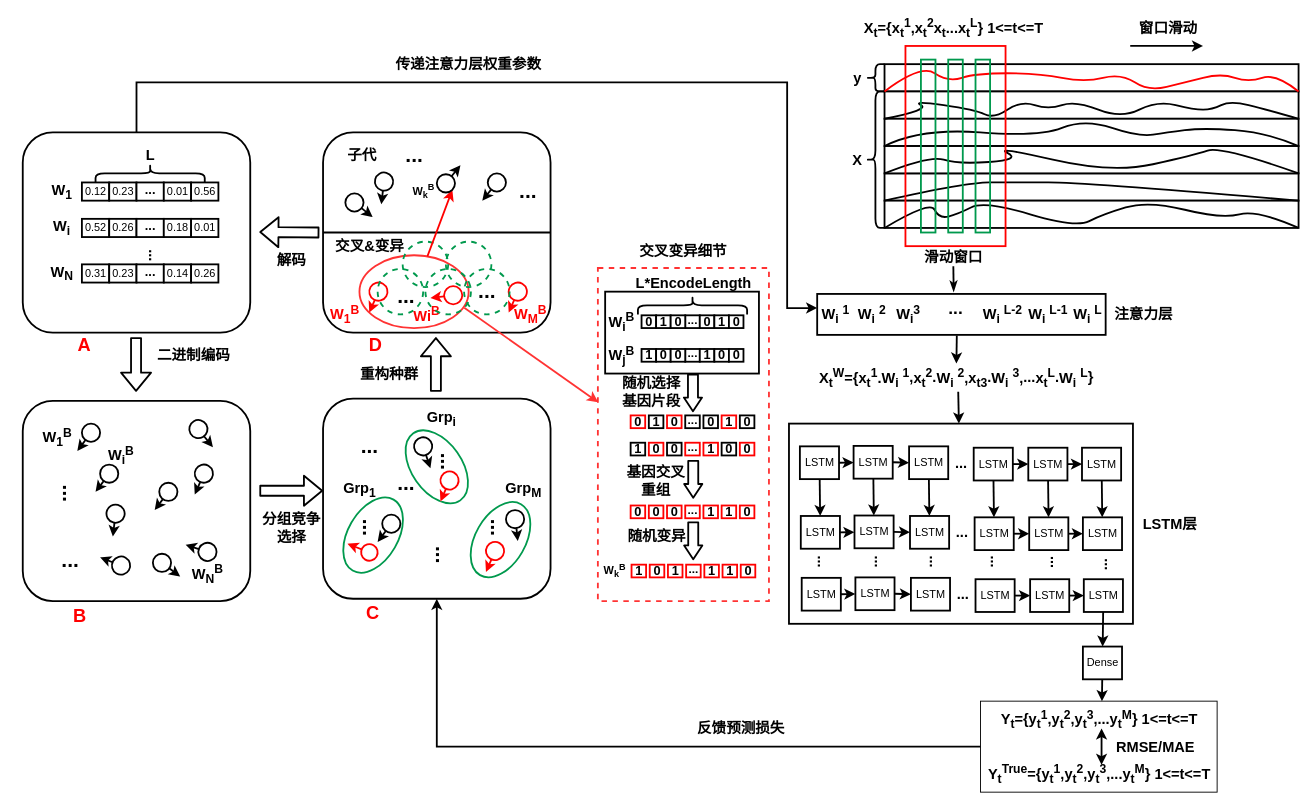
This is EA-LSTM流程图.drawio from Pcyslist/MY_EA-LSTM, a draw.io file, before an edit. Source tidied: cells renumbered, new cells numbered last; positions are measured from the earlier drawing's top-left corner, leaving out a move shared by most shapes. Both pictures are drawn from the tidied source at 91%, with x=0, y=0 at pixel (23, 18).
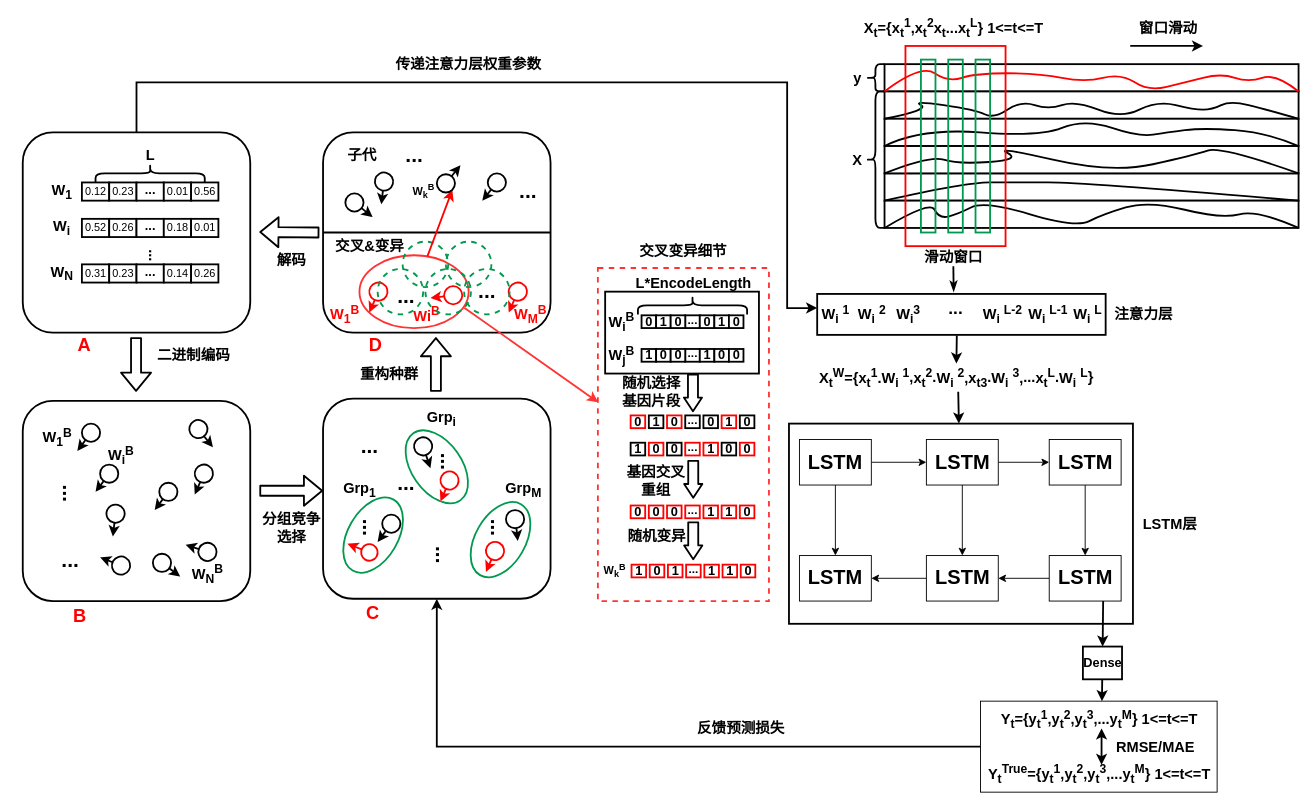
After the change.

The edit, as a diff of the source:
```diff
@@
-    <mxCell id="241" style="edgeStyle=none;rounded=0;jettySize=auto;html=1;exitX=1;exitY=0.5;exitDx=0;exitDy=0;endArrow=classic;endFill=1;strokeColor=#000000;strokeWidth=2;fillColor=#FFFFFF;" parent="1" edge="1" source="243" target="246">
-      <mxGeometry relative="1" as="geometry" />
-    </mxCell>
-    <mxCell id="242" style="edgeStyle=none;rounded=0;jettySize=auto;html=1;endArrow=classic;endFill=1;strokeColor=#000000;strokeWidth=2;fillColor=#FFFFFF;" parent="1" edge="1" source="243" target="259">
-      <mxGeometry relative="1" as="geometry" />
-    </mxCell>
-    <mxCell id="243" value="LSTM" style="rounded=0;whiteSpace=wrap;html=1;strokeColor=#000000;strokeWidth=2;fillColor=none;" parent="1" vertex="1">
-      <mxGeometry x="853.5" y="470" width="43" height="36" as="geometry" />
-    </mxCell>
-    <mxCell id="244" style="edgeStyle=none;rounded=0;jettySize=auto;html=1;exitX=1;exitY=0.5;exitDx=0;exitDy=0;entryX=0;entryY=0.5;entryDx=0;entryDy=0;endArrow=classic;endFill=1;strokeColor=#000000;strokeWidth=2;fillColor=#FFFFFF;" parent="1" edge="1" source="246" target="256">
-      <mxGeometry relative="1" as="geometry" />
-    </mxCell>
-    <mxCell id="245" style="edgeStyle=none;rounded=0;jettySize=auto;html=1;endArrow=classic;endFill=1;strokeColor=#000000;strokeWidth=2;fillColor=#FFFFFF;" parent="1" edge="1" source="246" target="261">
-      <mxGeometry relative="1" as="geometry" />
-    </mxCell>
-    <mxCell id="246" value="LSTM" style="rounded=0;whiteSpace=wrap;html=1;strokeColor=#000000;strokeWidth=2;fillColor=none;" parent="1" vertex="1">
-      <mxGeometry x="912.5" y="469.5" width="43" height="36" as="geometry" />
-    </mxCell>
-    <mxCell id="247" style="edgeStyle=none;rounded=0;jettySize=auto;html=1;endArrow=classic;endFill=1;strokeColor=#000000;strokeWidth=2;fillColor=#FFFFFF;" parent="1" edge="1" source="248" target="262">
-      <mxGeometry relative="1" as="geometry" />
-    </mxCell>
-    <mxCell id="248" value="LSTM" style="rounded=0;whiteSpace=wrap;html=1;strokeColor=#000000;strokeWidth=2;fillColor=none;" parent="1" vertex="1">
-      <mxGeometry x="1163.5" y="471.5" width="43" height="36" as="geometry" />
-    </mxCell>
-    <mxCell id="249" style="edgeStyle=none;rounded=0;jettySize=auto;html=1;exitX=1;exitY=0.5;exitDx=0;exitDy=0;entryX=0;entryY=0.5;entryDx=0;entryDy=0;endArrow=classic;endFill=1;strokeColor=#000000;strokeWidth=2;fillColor=#FFFFFF;" parent="1" edge="1" source="251" target="248">
-      <mxGeometry relative="1" as="geometry" />
-    </mxCell>
-    <mxCell id="250" style="edgeStyle=none;rounded=0;jettySize=auto;html=1;endArrow=classic;endFill=1;strokeColor=#000000;strokeWidth=2;fillColor=#FFFFFF;" parent="1" edge="1" source="251" target="264">
-      <mxGeometry relative="1" as="geometry" />
-    </mxCell>
-    <mxCell id="251" value="LSTM" style="rounded=0;whiteSpace=wrap;html=1;strokeColor=#000000;strokeWidth=2;fillColor=none;" parent="1" vertex="1">
-      <mxGeometry x="1104.5" y="471.5" width="43" height="36" as="geometry" />
-    </mxCell>
-    <mxCell id="252" style="edgeStyle=none;rounded=0;jettySize=auto;html=1;exitX=1;exitY=0.5;exitDx=0;exitDy=0;entryX=0;entryY=0.5;entryDx=0;entryDy=0;endArrow=classic;endFill=1;strokeColor=#000000;strokeWidth=2;fillColor=#FFFFFF;" parent="1" edge="1" source="254" target="251">
-      <mxGeometry relative="1" as="geometry" />
-    </mxCell>
-    <mxCell id="253" style="edgeStyle=none;rounded=0;jettySize=auto;html=1;endArrow=classic;endFill=1;strokeColor=#000000;strokeWidth=2;fillColor=#FFFFFF;" parent="1" edge="1" source="254" target="266">
-      <mxGeometry relative="1" as="geometry" />
-    </mxCell>
-    <mxCell id="254" value="LSTM" style="rounded=0;whiteSpace=wrap;html=1;strokeColor=#000000;strokeWidth=2;fillColor=none;" parent="1" vertex="1">
-      <mxGeometry x="1044.5" y="471.5" width="43" height="36" as="geometry" />
-    </mxCell>
-    <mxCell id="255" style="edgeStyle=none;rounded=0;jettySize=auto;html=1;endArrow=classic;endFill=1;strokeColor=#000000;strokeWidth=2;fillColor=#FFFFFF;" parent="1" edge="1" source="256" target="267">
-      <mxGeometry relative="1" as="geometry" />
-    </mxCell>
-    <mxCell id="256" value="LSTM" style="rounded=0;whiteSpace=wrap;html=1;strokeColor=#000000;strokeWidth=2;fillColor=none;" parent="1" vertex="1">
-      <mxGeometry x="973.5" y="470" width="43" height="36" as="geometry" />
-    </mxCell>
-    <mxCell id="257" value="&lt;span style=&quot;font-size: 16px&quot;&gt;&lt;b&gt;...&lt;/b&gt;&lt;/span&gt;" style="text;html=1;strokeColor=none;fillColor=none;align=center;verticalAlign=middle;whiteSpace=wrap;rounded=0;" parent="1" vertex="1">
-      <mxGeometry x="1021" y="477.5" width="20" height="20" as="geometry" />
-    </mxCell>
-    <mxCell id="258" style="edgeStyle=none;rounded=0;jettySize=auto;html=1;exitX=1;exitY=0.5;exitDx=0;exitDy=0;endArrow=classic;endFill=1;strokeColor=#000000;strokeWidth=2;fillColor=#FFFFFF;" parent="1" edge="1" source="259" target="261">
-      <mxGeometry relative="1" as="geometry" />
-    </mxCell>
-    <mxCell id="259" value="LSTM" style="rounded=0;whiteSpace=wrap;html=1;strokeColor=#000000;strokeWidth=2;fillColor=none;" parent="1" vertex="1">
-      <mxGeometry x="854.5" y="546.5" width="43" height="36" as="geometry" />
-    </mxCell>
-    <mxCell id="260" style="edgeStyle=none;rounded=0;jettySize=auto;html=1;exitX=1;exitY=0.5;exitDx=0;exitDy=0;entryX=0;entryY=0.5;entryDx=0;entryDy=0;endArrow=classic;endFill=1;strokeColor=#000000;strokeWidth=2;fillColor=#FFFFFF;" parent="1" edge="1" source="261" target="267">
-      <mxGeometry relative="1" as="geometry" />
-    </mxCell>
-    <mxCell id="261" value="LSTM" style="rounded=0;whiteSpace=wrap;html=1;strokeColor=#000000;strokeWidth=2;fillColor=none;" parent="1" vertex="1">
-      <mxGeometry x="913.5" y="546" width="43" height="36" as="geometry" />
-    </mxCell>
-    <mxCell id="262" value="LSTM" style="rounded=0;whiteSpace=wrap;html=1;strokeColor=#000000;strokeWidth=2;fillColor=none;" parent="1" vertex="1">
-      <mxGeometry x="1164.5" y="548" width="43" height="36" as="geometry" />
-    </mxCell>
-    <mxCell id="263" style="edgeStyle=none;rounded=0;jettySize=auto;html=1;exitX=1;exitY=0.5;exitDx=0;exitDy=0;entryX=0;entryY=0.5;entryDx=0;entryDy=0;endArrow=classic;endFill=1;strokeColor=#000000;strokeWidth=2;fillColor=#FFFFFF;" parent="1" edge="1" source="264" target="262">
-      <mxGeometry relative="1" as="geometry" />
-    </mxCell>
-    <mxCell id="264" value="LSTM" style="rounded=0;whiteSpace=wrap;html=1;strokeColor=#000000;strokeWidth=2;fillColor=none;" parent="1" vertex="1">
-      <mxGeometry x="1105.5" y="548" width="43" height="36" as="geometry" />
-    </mxCell>
-    <mxCell id="265" style="edgeStyle=none;rounded=0;jettySize=auto;html=1;exitX=1;exitY=0.5;exitDx=0;exitDy=0;entryX=0;entryY=0.5;entryDx=0;entryDy=0;endArrow=classic;endFill=1;strokeColor=#000000;strokeWidth=2;fillColor=#FFFFFF;" parent="1" edge="1" source="266" target="264">
-      <mxGeometry relative="1" as="geometry" />
-    </mxCell>
-    <mxCell id="266" value="LSTM" style="rounded=0;whiteSpace=wrap;html=1;strokeColor=#000000;strokeWidth=2;fillColor=none;" parent="1" vertex="1">
-      <mxGeometry x="1045.5" y="548" width="43" height="36" as="geometry" />
-    </mxCell>
-    <mxCell id="267" value="LSTM" style="rounded=0;whiteSpace=wrap;html=1;strokeColor=#000000;strokeWidth=2;fillColor=none;" parent="1" vertex="1">
-      <mxGeometry x="974.5" y="546.5" width="43" height="36" as="geometry" />
-    </mxCell>
-    <mxCell id="268" value="&lt;span style=&quot;font-size: 16px&quot;&gt;&lt;b&gt;...&lt;/b&gt;&lt;/span&gt;" style="text;html=1;strokeColor=none;fillColor=none;align=center;verticalAlign=middle;whiteSpace=wrap;rounded=0;" parent="1" vertex="1">
-      <mxGeometry x="1022" y="554" width="20" height="20" as="geometry" />
-    </mxCell>
-    <mxCell id="269" style="edgeStyle=none;rounded=0;jettySize=auto;html=1;exitX=1;exitY=0.5;exitDx=0;exitDy=0;endArrow=classic;endFill=1;strokeColor=#000000;strokeWidth=2;fillColor=#FFFFFF;" parent="1" edge="1" source="270" target="272">
-      <mxGeometry relative="1" as="geometry" />
-    </mxCell>
-    <mxCell id="270" value="LSTM" style="rounded=0;whiteSpace=wrap;html=1;strokeColor=#000000;strokeWidth=2;fillColor=none;" parent="1" vertex="1">
-      <mxGeometry x="855.5" y="614.5" width="43" height="36" as="geometry" />
-    </mxCell>
-    <mxCell id="271" style="edgeStyle=none;rounded=0;jettySize=auto;html=1;exitX=1;exitY=0.5;exitDx=0;exitDy=0;entryX=0;entryY=0.5;entryDx=0;entryDy=0;endArrow=classic;endFill=1;strokeColor=#000000;strokeWidth=2;fillColor=#FFFFFF;" parent="1" edge="1" source="272" target="279">
-      <mxGeometry relative="1" as="geometry" />
-    </mxCell>
-    <mxCell id="272" value="LSTM" style="rounded=0;whiteSpace=wrap;html=1;strokeColor=#000000;strokeWidth=2;fillColor=none;" parent="1" vertex="1">
-      <mxGeometry x="914.5" y="614" width="43" height="36" as="geometry" />
-    </mxCell>
-    <mxCell id="273" style="edgeStyle=none;rounded=0;jettySize=auto;html=1;endArrow=classic;endFill=1;strokeColor=#000000;strokeWidth=2;fillColor=#FFFFFF;" parent="1" edge="1" source="274" target="288">
+    <mxCell id="273" style="edgeStyle=none;rounded=0;jettySize=auto;html=1;endArrow=classic;endFill=1;strokeColor=#000000;strokeWidth=2;fillColor=#FFFFFF;exitX=0.75;exitY=1;exitDx=0;exitDy=0;" parent="1" edge="1" source="311" target="288">
       <mxGeometry relative="1" as="geometry" />
     </mxCell>
-    <mxCell id="274" value="LSTM" style="rounded=0;whiteSpace=wrap;html=1;strokeColor=#000000;strokeWidth=2;fillColor=none;" parent="1" vertex="1">
-      <mxGeometry x="1165.5" y="616" width="43" height="36" as="geometry" />
-    </mxCell>
-    <mxCell id="275" style="edgeStyle=none;rounded=0;jettySize=auto;html=1;exitX=1;exitY=0.5;exitDx=0;exitDy=0;entryX=0;entryY=0.5;entryDx=0;entryDy=0;endArrow=classic;endFill=1;strokeColor=#000000;strokeWidth=2;fillColor=#FFFFFF;" parent="1" edge="1" source="276" target="274">
-      <mxGeometry relative="1" as="geometry" />
-    </mxCell>
-    <mxCell id="276" value="LSTM" style="rounded=0;whiteSpace=wrap;html=1;strokeColor=#000000;strokeWidth=2;fillColor=none;" parent="1" vertex="1">
-      <mxGeometry x="1106.5" y="616" width="43" height="36" as="geometry" />
-    </mxCell>
-    <mxCell id="277" style="edgeStyle=none;rounded=0;jettySize=auto;html=1;exitX=1;exitY=0.5;exitDx=0;exitDy=0;entryX=0;entryY=0.5;entryDx=0;entryDy=0;endArrow=classic;endFill=1;strokeColor=#000000;strokeWidth=2;fillColor=#FFFFFF;" parent="1" edge="1" source="278" target="276">
-      <mxGeometry relative="1" as="geometry" />
-    </mxCell>
-    <mxCell id="278" value="LSTM" style="rounded=0;whiteSpace=wrap;html=1;strokeColor=#000000;strokeWidth=2;fillColor=none;" parent="1" vertex="1">
-      <mxGeometry x="1046.5" y="616" width="43" height="36" as="geometry" />
-    </mxCell>
-    <mxCell id="279" value="LSTM" style="rounded=0;whiteSpace=wrap;html=1;strokeColor=#000000;strokeWidth=2;fillColor=none;" parent="1" vertex="1">
-      <mxGeometry x="975.5" y="614.5" width="43" height="36" as="geometry" />
-    </mxCell>
-    <mxCell id="280" value="&lt;span style=&quot;font-size: 16px&quot;&gt;&lt;b&gt;...&lt;/b&gt;&lt;/span&gt;" style="text;html=1;strokeColor=none;fillColor=none;align=center;verticalAlign=middle;whiteSpace=wrap;rounded=0;" parent="1" vertex="1">
-      <mxGeometry x="1023" y="622" width="20" height="20" as="geometry" />
-    </mxCell>
-    <mxCell id="281" value="&lt;span style=&quot;font-size: 16px&quot;&gt;&lt;b&gt;...&lt;/b&gt;&lt;/span&gt;" style="text;html=1;strokeColor=none;fillColor=none;align=center;verticalAlign=middle;whiteSpace=wrap;rounded=0;rotation=-90;" parent="1" vertex="1">
-      <mxGeometry x="859.5" y="587.5" width="20" height="20" as="geometry" />
-    </mxCell>
-    <mxCell id="282" value="&lt;span style=&quot;font-size: 16px&quot;&gt;&lt;b&gt;...&lt;/b&gt;&lt;/span&gt;" style="text;html=1;strokeColor=none;fillColor=none;align=center;verticalAlign=middle;whiteSpace=wrap;rounded=0;rotation=-90;" parent="1" vertex="1">
-      <mxGeometry x="922.5" y="587.5" width="20" height="20" as="geometry" />
-    </mxCell>
-    <mxCell id="283" value="&lt;span style=&quot;font-size: 16px&quot;&gt;&lt;b&gt;...&lt;/b&gt;&lt;/span&gt;" style="text;html=1;strokeColor=none;fillColor=none;align=center;verticalAlign=middle;whiteSpace=wrap;rounded=0;rotation=-90;" parent="1" vertex="1">
-      <mxGeometry x="982.5" y="587.5" width="20" height="20" as="geometry" />
-    </mxCell>
-    <mxCell id="284" value="&lt;span style=&quot;font-size: 16px&quot;&gt;&lt;b&gt;...&lt;/b&gt;&lt;/span&gt;" style="text;html=1;strokeColor=none;fillColor=none;align=center;verticalAlign=middle;whiteSpace=wrap;rounded=0;rotation=-90;" parent="1" vertex="1">
-      <mxGeometry x="1049.5" y="587.5" width="20" height="20" as="geometry" />
-    </mxCell>
-    <mxCell id="285" value="&lt;span style=&quot;font-size: 16px&quot;&gt;&lt;b&gt;...&lt;/b&gt;&lt;/span&gt;" style="text;html=1;strokeColor=none;fillColor=none;align=center;verticalAlign=middle;whiteSpace=wrap;rounded=0;rotation=-90;" parent="1" vertex="1">
-      <mxGeometry x="1116" y="587.5" width="20" height="20" as="geometry" />
-    </mxCell>
-    <mxCell id="286" value="&lt;span style=&quot;font-size: 16px&quot;&gt;&lt;b&gt;...&lt;/b&gt;&lt;/span&gt;" style="text;html=1;strokeColor=none;fillColor=none;align=center;verticalAlign=middle;whiteSpace=wrap;rounded=0;rotation=-90;" parent="1" vertex="1">
-      <mxGeometry x="1175" y="590" width="20" height="20" as="geometry" />
-    </mxCell>
@@
-    <mxCell id="288" value="Dense" style="rounded=0;whiteSpace=wrap;html=1;strokeColor=#000000;strokeWidth=2;fillColor=none;" parent="1" vertex="1">
+    <mxCell id="288" value="&lt;font size=&quot;1&quot;&gt;&lt;b style=&quot;font-size: 14px&quot;&gt;Dense&lt;/b&gt;&lt;/font&gt;" style="rounded=0;whiteSpace=wrap;html=1;strokeColor=#000000;strokeWidth=2;fillColor=none;" parent="1" vertex="1">
       <mxGeometry x="1164.5" y="690" width="43" height="36" as="geometry" />
     </mxCell>
@@
+    <mxCell id="302" style="edgeStyle=orthogonalEdgeStyle;rounded=0;jettySize=auto;html=1;" parent="1" edge="1" source="304" target="307">
+      <mxGeometry relative="1" as="geometry" />
+    </mxCell>
+    <mxCell id="303" style="edgeStyle=orthogonalEdgeStyle;rounded=0;jettySize=auto;html=1;" parent="1" edge="1" source="304" target="314">
+      <mxGeometry relative="1" as="geometry" />
+    </mxCell>
+    <mxCell id="304" value="&lt;font style=&quot;font-size: 22px&quot;&gt;&lt;b&gt;LSTM&lt;/b&gt;&lt;/font&gt;" style="rounded=0;whiteSpace=wrap;html=1;" parent="1" vertex="1">
+      <mxGeometry x="853" y="462.5" width="79" height="50" as="geometry" />
+    </mxCell>
+    <mxCell id="305" style="edgeStyle=orthogonalEdgeStyle;rounded=0;jettySize=auto;html=1;" parent="1" edge="1" source="307" target="309">
+      <mxGeometry relative="1" as="geometry" />
+    </mxCell>
+    <mxCell id="306" style="edgeStyle=orthogonalEdgeStyle;rounded=0;jettySize=auto;html=1;" parent="1" edge="1" source="307" target="313">
+      <mxGeometry relative="1" as="geometry" />
+    </mxCell>
+    <mxCell id="307" value="&lt;font style=&quot;font-size: 22px&quot;&gt;&lt;b&gt;LSTM&lt;/b&gt;&lt;/font&gt;" style="rounded=0;whiteSpace=wrap;html=1;" parent="1" vertex="1">
+      <mxGeometry x="992.5" y="462.5" width="79" height="50" as="geometry" />
+    </mxCell>
+    <mxCell id="308" style="edgeStyle=orthogonalEdgeStyle;rounded=0;jettySize=auto;html=1;" parent="1" edge="1" source="309" target="311">
+      <mxGeometry relative="1" as="geometry" />
+    </mxCell>
+    <mxCell id="309" value="&lt;font style=&quot;font-size: 22px&quot;&gt;&lt;b&gt;LSTM&lt;/b&gt;&lt;/font&gt;" style="rounded=0;whiteSpace=wrap;html=1;" parent="1" vertex="1">
+      <mxGeometry x="1127.5" y="462.5" width="79" height="50" as="geometry" />
+    </mxCell>
+    <mxCell id="310" style="edgeStyle=orthogonalEdgeStyle;rounded=0;jettySize=auto;html=1;" parent="1" edge="1" source="311" target="313">
+      <mxGeometry relative="1" as="geometry" />
+    </mxCell>
+    <mxCell id="311" value="&lt;font style=&quot;font-size: 22px&quot;&gt;&lt;b&gt;LSTM&lt;/b&gt;&lt;/font&gt;" style="rounded=0;whiteSpace=wrap;html=1;" parent="1" vertex="1">
+      <mxGeometry x="1127.5" y="590" width="79" height="50" as="geometry" />
+    </mxCell>
+    <mxCell id="312" style="edgeStyle=orthogonalEdgeStyle;rounded=0;jettySize=auto;html=1;" parent="1" edge="1" source="313" target="314">
+      <mxGeometry relative="1" as="geometry" />
+    </mxCell>
+    <mxCell id="313" value="&lt;font style=&quot;font-size: 22px&quot;&gt;&lt;b&gt;LSTM&lt;/b&gt;&lt;/font&gt;" style="rounded=0;whiteSpace=wrap;html=1;" parent="1" vertex="1">
+      <mxGeometry x="992.5" y="590" width="79" height="50" as="geometry" />
+    </mxCell>
+    <mxCell id="314" value="&lt;font style=&quot;font-size: 22px&quot;&gt;&lt;b&gt;LSTM&lt;/b&gt;&lt;/font&gt;" style="rounded=0;whiteSpace=wrap;html=1;" parent="1" vertex="1">
+      <mxGeometry x="853" y="590" width="79" height="50" as="geometry" />
+    </mxCell>
```
